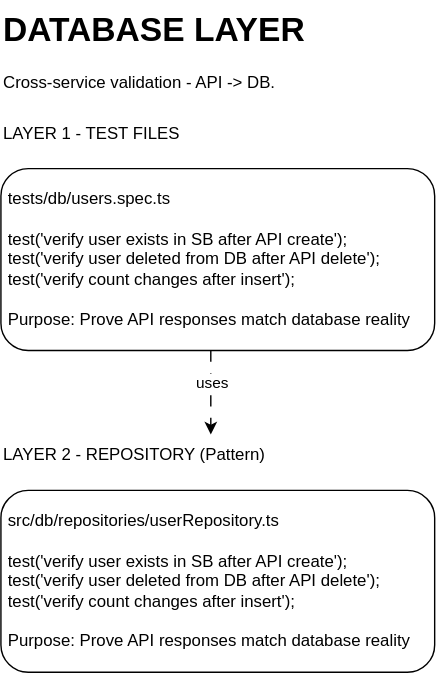
This is docs/design/diagrams/07-database-layer.svg from sashika-hsg/qa-automation-portfolio, a draw.io export, as it was before one commit. Source tidied: cells renumbered, new cells last; positions are measured from the earlier drawing's top-left corner, leaving out a move shared by most shapes.
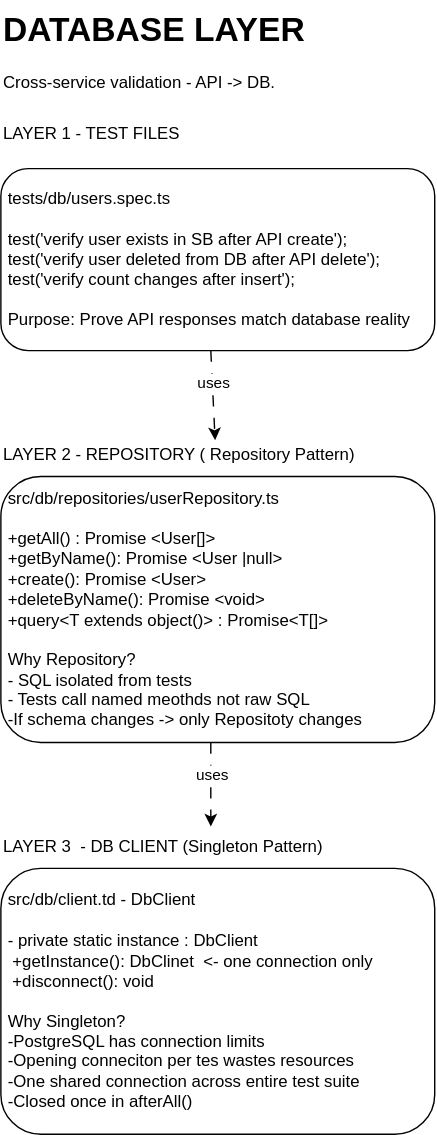
The same diagram one commit later.

Diff of the diagram source:
```diff
@@ -11,13 +11,13 @@
     <mxCell id="4" value="LAYER 1 - TEST FILES" style="text;html=1;whiteSpace=wrap;strokeColor=none;fillColor=none;align=left;verticalAlign=middle;rounded=0;" parent="1" vertex="1">
       <mxGeometry y="80" width="140" height="30" as="geometry" />
     </mxCell>
-    <mxCell id="5" value="&amp;nbsp;src/db/repositories/userRepository.ts  &lt;div&gt;&lt;br&gt;&lt;/div&gt;&lt;div&gt;&amp;nbsp;test('verify user exists in SB after API create');&lt;/div&gt;&lt;div&gt;&amp;nbsp;test('verify user deleted from DB after API delete');&lt;/div&gt;&lt;div&gt;&amp;nbsp;test('verify count changes after insert');&lt;/div&gt;&lt;div&gt;&amp;nbsp;&lt;/div&gt;&lt;div&gt;&amp;nbsp;Purpose: Prove API responses match database reality&lt;/div&gt;" style="rounded=1;whiteSpace=wrap;html=1;align=left;" parent="1" vertex="1">
-      <mxGeometry y="350" width="310" height="130" as="geometry" />
+    <mxCell id="5" value="&amp;nbsp;src/db/repositories/userRepository.ts  &lt;div&gt;&lt;br&gt;&lt;/div&gt;&lt;div&gt;&amp;nbsp;+getAll() : Promise &amp;lt;User[]&amp;gt;&lt;br&gt;&lt;/div&gt;&lt;div&gt;&amp;nbsp;+getByName(): Promise &amp;lt;User |null&amp;gt;&lt;/div&gt;&lt;div&gt;&amp;nbsp;+create(): Promise &amp;lt;User&amp;gt;&lt;/div&gt;&lt;div&gt;&amp;nbsp;+deleteByName(): Promise &amp;lt;void&amp;gt;&lt;/div&gt;&lt;div&gt;&amp;nbsp;+query&amp;lt;T extends object()&amp;gt; : Promise&amp;lt;T[]&amp;gt;&lt;/div&gt;&lt;div&gt;&lt;br&gt;&lt;/div&gt;&lt;div&gt;&amp;nbsp;Why Repository?&lt;/div&gt;&lt;div&gt;&amp;nbsp;- SQL isolated from tests&lt;/div&gt;&lt;div&gt;&amp;nbsp;- Tests call named meothds not raw SQL&lt;/div&gt;&lt;div&gt;&amp;nbsp;-If schema changes -&amp;gt; only Repositoty changes&lt;/div&gt;" style="rounded=1;whiteSpace=wrap;html=1;align=left;labelPosition=center;verticalLabelPosition=middle;verticalAlign=middle;" parent="1" vertex="1">
+      <mxGeometry y="340" width="310" height="190" as="geometry" />
     </mxCell>
-    <mxCell id="6" value="LAYER 2 - REPOSITORY (Pattern)" style="text;html=1;whiteSpace=wrap;strokeColor=none;fillColor=none;align=left;verticalAlign=middle;rounded=0;" parent="1" vertex="1">
-      <mxGeometry y="310" width="200" height="30" as="geometry" />
+    <mxCell id="6" value="LAYER 2 - REPOSITORY ( Repository Pattern)" style="text;html=1;whiteSpace=wrap;strokeColor=none;fillColor=none;align=left;verticalAlign=middle;rounded=0;" parent="1" vertex="1">
+      <mxGeometry y="310" width="270" height="30" as="geometry" />
     </mxCell>
-    <mxCell id="7" style="endArrow=classic;html=1;rounded=0;entryX=0.75;entryY=0;entryDx=0;entryDy=0;dashed=1;dashPattern=8 8;" parent="1" edge="1" target="6">
+    <mxCell id="7" style="endArrow=classic;html=1;rounded=0;entryX=0.567;entryY=0.133;entryDx=0;entryDy=0;dashed=1;dashPattern=8 8;entryPerimeter=0;" parent="1" edge="1" target="6">
       <mxGeometry relative="1" as="geometry">
         <mxPoint x="150" y="250" as="sourcePoint" />
       </mxGeometry>
@@ -25,5 +25,19 @@
     <mxCell id="8" value="uses" style="edgeLabel;html=1;align=center;verticalAlign=middle;" parent="7" vertex="1">
       <mxGeometry x="-0.27" relative="1" as="geometry" />
     </mxCell>
+    <mxCell id="9" value="&amp;nbsp;src/db/client.td - DbClient&lt;div&gt;&lt;br&gt;&lt;/div&gt;&lt;div&gt;&amp;nbsp;- private static instance : DbClient&lt;/div&gt;&lt;div&gt;&amp;nbsp; +getInstance(): DbClinet&amp;nbsp; &amp;lt;- one connection only&amp;nbsp;&lt;/div&gt;&lt;div&gt;&amp;nbsp; +disconnect(): void&lt;/div&gt;&lt;div&gt;&lt;br&gt;&lt;/div&gt;&lt;div&gt;&amp;nbsp;Why Singleton?&lt;/div&gt;&lt;div&gt;&amp;nbsp;-PostgreSQL has connection limits&lt;/div&gt;&lt;div&gt;&amp;nbsp;-Opening conneciton per tes wastes resources&lt;/div&gt;&lt;div&gt;&amp;nbsp;-One shared connection across entire test suite&lt;/div&gt;&lt;div&gt;&amp;nbsp;-Closed once in afterAll()&lt;/div&gt;" style="rounded=1;whiteSpace=wrap;html=1;align=left;labelPosition=center;verticalLabelPosition=middle;verticalAlign=middle;" parent="1" vertex="1">
+      <mxGeometry y="620" width="310" height="190" as="geometry" />
+    </mxCell>
+    <mxCell id="10" value="LAYER 3&amp;nbsp; - DB CLIENT (Singleton Pattern)" style="text;html=1;whiteSpace=wrap;strokeColor=none;fillColor=none;align=left;verticalAlign=middle;rounded=0;" parent="1" vertex="1">
+      <mxGeometry y="590" width="300" height="30" as="geometry" />
+    </mxCell>
+    <mxCell id="11" style="endArrow=classic;html=1;rounded=0;dashed=1;dashPattern=8 8;" parent="1" edge="1" target="10">
+      <mxGeometry relative="1" as="geometry">
+        <mxPoint x="150" y="530" as="sourcePoint" />
+      </mxGeometry>
+    </mxCell>
+    <mxCell id="12" value="uses" style="edgeLabel;html=1;align=center;verticalAlign=middle;" parent="11" vertex="1">
+      <mxGeometry x="-0.27" relative="1" as="geometry" />
+    </mxCell>
   </root>
 </mxGraphModel>
```
